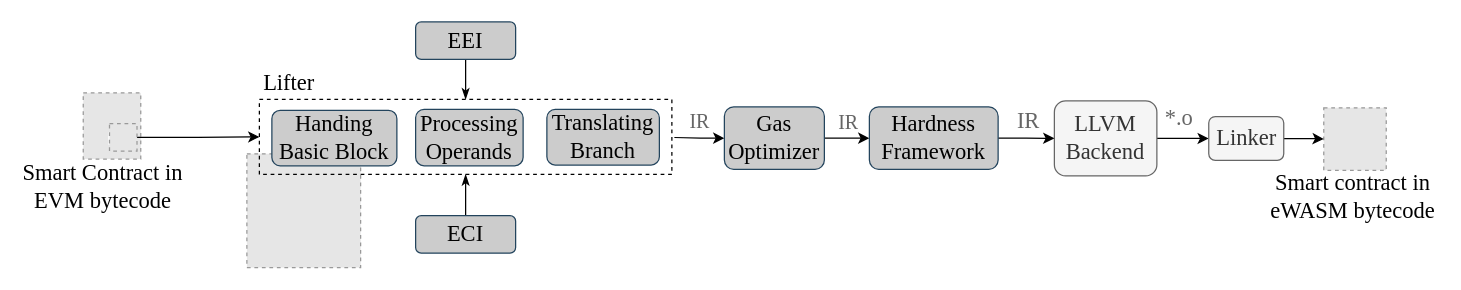
The draw.io diagram page "overlook" (1 of 11) of Untitled Diagram.drawio in Kenun99/drawio.repo, before the edit. Source tidied: cells renumbered, new cells numbered last; positions are measured from the earlier drawing's top-left corner, leaving out a move shared by most shapes. Both pictures are drawn from the tidied source at 125%, with x=0, y=0 at pixel (21, 21). Pictures stored in the file or linked from it are replaced by grey dashed boxes.
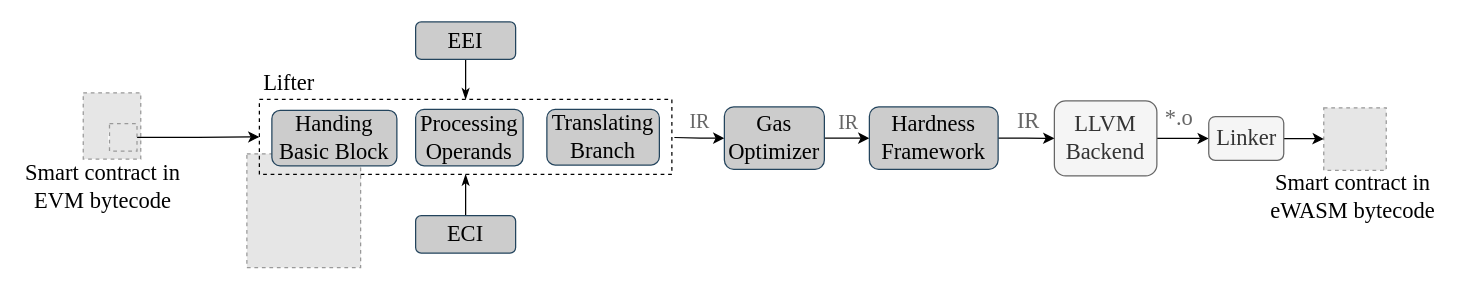
After the change.

The edit, as a diff of the source:
```diff
@@
-    <mxCell id="9" value="&lt;font style=&quot;font-size: 18px&quot; color=&quot;#000000&quot;&gt;Smart Contract in EVM bytecode&lt;br&gt;&lt;/font&gt;" style="text;html=1;strokeColor=none;fillColor=none;align=center;verticalAlign=middle;whiteSpace=wrap;rounded=0;labelBackgroundColor=none;fontFamily=Times New Roman;fontSize=18;fontColor=#666666;" parent="1" vertex="1">
+    <mxCell id="9" value="&lt;font style=&quot;font-size: 18px&quot; color=&quot;#000000&quot;&gt;Smart contract in EVM bytecode&lt;br&gt;&lt;/font&gt;" style="text;html=1;strokeColor=none;fillColor=none;align=center;verticalAlign=middle;whiteSpace=wrap;rounded=0;labelBackgroundColor=none;fontFamily=Times New Roman;fontSize=18;fontColor=#666666;" parent="1" vertex="1">
       <mxGeometry y="122.5" width="130" height="19.4" as="geometry" />
     </mxCell>
```
